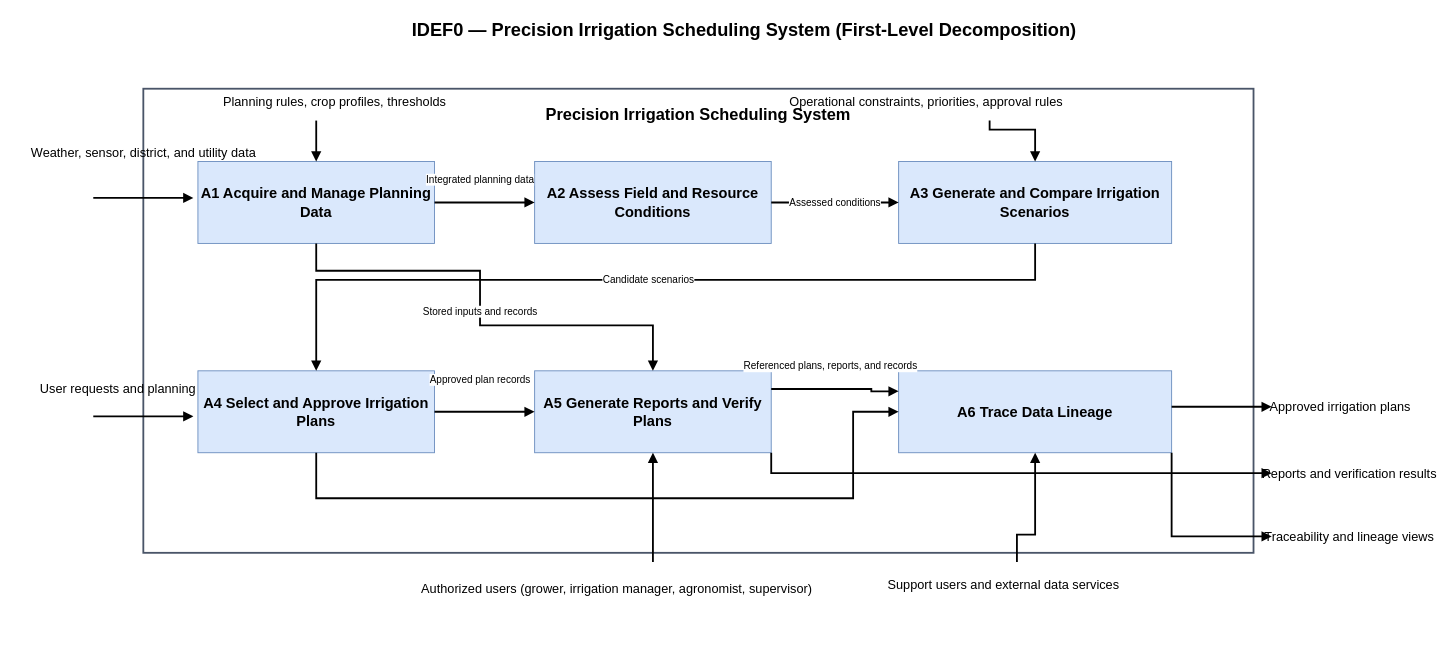
This is systems-engineering/project/diagrams/idef0_precision_irrigation_v4.drawio from afontana1/systems-thinking, a draw.io file, before an edit. Source tidied: cells renumbered, new cells numbered last; positions are measured from the earlier drawing's top-left corner, leaving out a move shared by most shapes. Both pictures are drawn from the tidied source at 91%, with x=0, y=0 at pixel (61, 15).
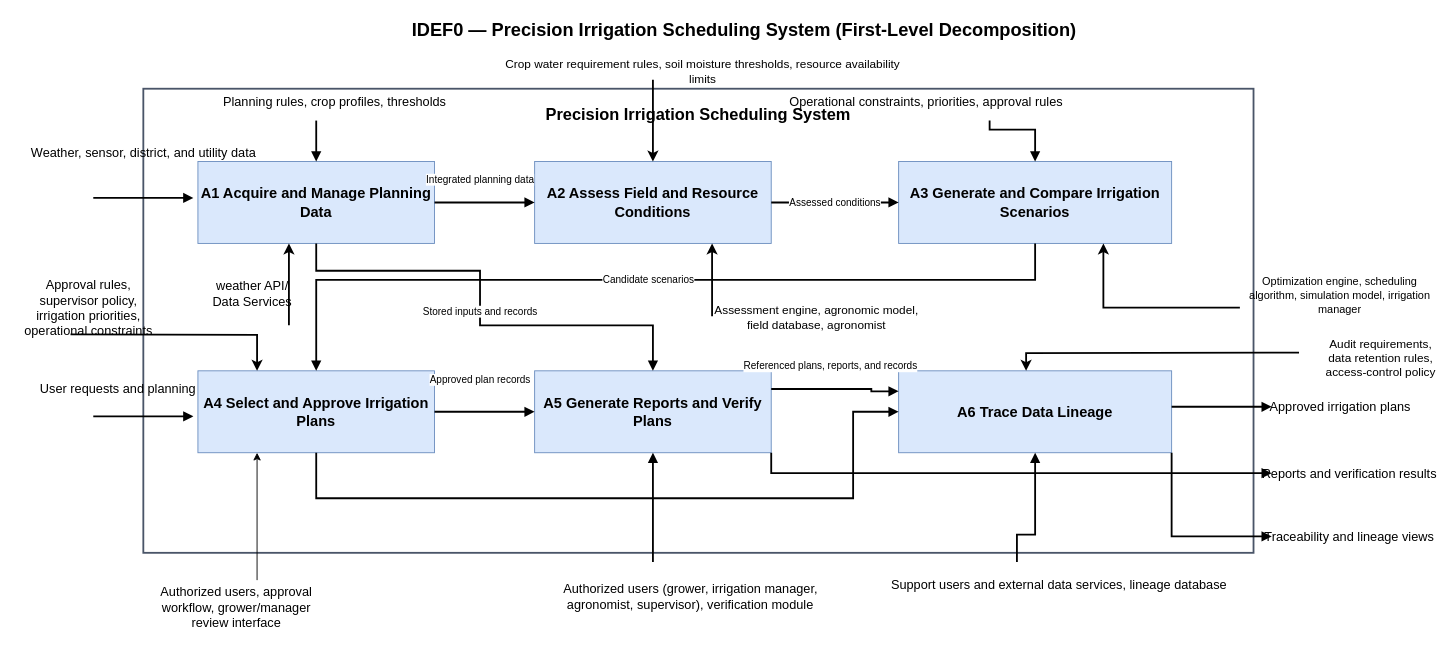
The same page after the edit.

Unchanged cells that the change refers to:
```xml
<mxCell id="14" value="A2 Assess Field and Resource Conditions" style="rounded=0;whiteSpace=wrap;html=1;fillColor=#dae8fc;strokeColor=#6c8ebf;fontSize=16;fontStyle=1;align=center;verticalAlign=middle;" parent="1" vertex="1">
  <mxGeometry x="520" y="160" width="260" height="90" as="geometry" />
</mxCell>
<mxCell id="15" value="A3 Generate and Compare Irrigation Scenarios" style="rounded=0;whiteSpace=wrap;html=1;fillColor=#dae8fc;strokeColor=#6c8ebf;fontSize=16;fontStyle=1;align=center;verticalAlign=middle;" parent="1" vertex="1">
  <mxGeometry x="920" y="160" width="300" height="90" as="geometry" />
</mxCell>
<mxCell id="16" value="A4 Select and Approve Irrigation Plans" style="rounded=0;whiteSpace=wrap;html=1;fillColor=#dae8fc;strokeColor=#6c8ebf;fontSize=16;fontStyle=1;align=center;verticalAlign=middle;" parent="1" vertex="1">
  <mxGeometry x="150" y="390" width="260" height="90" as="geometry" />
</mxCell>
<mxCell id="18" value="A6 Trace Data Lineage" style="rounded=0;whiteSpace=wrap;html=1;fillColor=#dae8fc;strokeColor=#6c8ebf;fontSize=16;fontStyle=1;align=center;verticalAlign=middle;" parent="1" vertex="1">
  <mxGeometry x="920" y="390" width="300" height="90" as="geometry" />
</mxCell>
```

Change to the diagram source:
```diff
@@
-    <mxCell id="8" value="Authorized users (grower, irrigation manager, agronomist, supervisor)" style="text;html=1;strokeColor=none;fillColor=none;align=center;verticalAlign=middle;fontSize=14;" parent="1" vertex="1">
-      <mxGeometry x="460" y="600" width="300" height="60" as="geometry" />
+    <mxCell id="8" value="&lt;div style=&quot;&quot;&gt;&lt;span style=&quot;background-color: transparent; color: light-dark(rgb(0, 0, 0), rgb(255, 255, 255));&quot;&gt;Authorized users (grower, irrigation manager,&lt;/span&gt;&lt;/div&gt;&lt;div style=&quot;&quot;&gt;&lt;span style=&quot;background-color: transparent; color: light-dark(rgb(0, 0, 0), rgb(255, 255, 255));&quot;&gt;&amp;nbsp;agronomist, supervisor), verification module&lt;/span&gt;&lt;/div&gt;" style="text;html=1;strokeColor=none;fillColor=none;align=left;verticalAlign=middle;fontSize=14;" parent="1" vertex="1">
+      <mxGeometry x="550" y="600" width="150" height="75" as="geometry" />
     </mxCell>
-    <mxCell id="9" value="Support users and external data services" style="text;html=1;strokeColor=none;fillColor=none;align=center;verticalAlign=middle;fontSize=14;" parent="1" vertex="1">
+    <mxCell id="9" value="Support users and external data services, lineage database&amp;nbsp;" style="text;html=1;strokeColor=none;fillColor=none;align=left;verticalAlign=middle;fontSize=14;" parent="1" vertex="1">
       <mxGeometry x="910" y="600" width="250" height="50" as="geometry" />
     </mxCell>
@@
-    <mxCell id="34" style="edgeStyle=orthogonalEdgeStyle;rounded=0;orthogonalLoop=1;jettySize=auto;html=1;endArrow=block;endFill=1;strokeWidth=2;labelBackgroundColor=#ffffff;exitX=1;exitY=0.5;entryX=0;entryY=0.5;" parent="1" edge="1">
+    <mxCell id="34" style="edgeStyle=orthogonalEdgeStyle;rounded=0;orthogonalLoop=1;jettySize=auto;html=1;endArrow=block;endFill=1;strokeWidth=2;labelBackgroundColor=#ffffff;entryX=0;entryY=0.5;" parent="1" edge="1">
       <mxGeometry x="-0.09" y="25" relative="1" as="geometry">
         <mxPoint x="35" y="200" as="sourcePoint" />
         <mxPoint x="145" y="200" as="targetPoint" />
         <Array as="points">
           <mxPoint x="35" y="200" />
           <mxPoint x="145" y="200" />
         </Array>
       </mxGeometry>
     </mxCell>
@@
+    <mxCell id="36" style="endArrow=classic;html=1;rounded=0;strokeWidth=2;" parent="1" edge="1">
+      <mxGeometry relative="1" as="geometry">
+        <mxPoint x="250" y="340" as="sourcePoint" />
+        <mxPoint x="250" y="250" as="targetPoint" />
+      </mxGeometry>
+    </mxCell>
+    <mxCell id="37" value="&lt;font style=&quot;font-size: 14px;&quot;&gt;weather API/ Data Services&lt;/font&gt;" style="text;html=1;whiteSpace=wrap;strokeColor=none;fillColor=none;align=center;verticalAlign=middle;rounded=0;" parent="1" vertex="1">
+      <mxGeometry x="160" y="290" width="100" height="30" as="geometry" />
+    </mxCell>
+    <mxCell id="38" style="endArrow=classic;html=1;rounded=0;entryX=0.5;entryY=0;entryDx=0;entryDy=0;strokeWidth=2;" parent="1" edge="1" target="14">
+      <mxGeometry relative="1" as="geometry">
+        <mxPoint x="650" y="70" as="sourcePoint" />
+      </mxGeometry>
+    </mxCell>
+    <mxCell id="39" value="&lt;p&gt;&lt;code&gt;&lt;font style=&quot;font-size: 13px;&quot; face=&quot;Helvetica&quot;&gt;Crop water requirement rules, soil moisture thresholds, resource availability limits&lt;/font&gt;&lt;/code&gt;&lt;/p&gt;&lt;br&gt;&lt;p&gt;&lt;/p&gt;" style="text;html=1;whiteSpace=wrap;strokeColor=none;fillColor=none;align=center;verticalAlign=middle;rounded=0;" parent="1" vertex="1">
+      <mxGeometry x="480" y="60" width="450" height="30" as="geometry" />
+    </mxCell>
+    <mxCell id="40" style="endArrow=classic;html=1;rounded=0;entryX=0.75;entryY=1;entryDx=0;entryDy=0;strokeWidth=2;" parent="1" edge="1" target="14">
+      <mxGeometry relative="1" as="geometry">
+        <mxPoint x="715" y="330" as="sourcePoint" />
+      </mxGeometry>
+    </mxCell>
+    <mxCell id="41" value="&lt;p&gt;&lt;code&gt;&lt;font face=&quot;Helvetica&quot; style=&quot;font-size: 13px;&quot;&gt;Assessment engine, agronomic model, field database, agronomist&lt;/font&gt;&lt;/code&gt;&lt;/p&gt;&lt;br&gt;&lt;p&gt;&lt;/p&gt;" style="text;html=1;whiteSpace=wrap;strokeColor=none;fillColor=none;align=center;verticalAlign=middle;rounded=0;" parent="1" vertex="1">
+      <mxGeometry x="710" y="340" width="240" height="10" as="geometry" />
+    </mxCell>
+    <mxCell id="42" style="endArrow=classic;html=1;rounded=0;entryX=0.75;entryY=1;entryDx=0;entryDy=0;strokeWidth=2;edgeStyle=orthogonalEdgeStyle;" parent="1" edge="1" source="43" target="15">
+      <mxGeometry relative="1" as="geometry" />
+    </mxCell>
+    <mxCell id="43" value="&lt;p&gt;&lt;code&gt;&lt;font face=&quot;Helvetica&quot;&gt;Optimization engine, scheduling algorithm, simulation model, irrigation manager&lt;/font&gt;&lt;/code&gt;&lt;/p&gt;&lt;br&gt;&lt;p&gt;&lt;/p&gt;" style="text;html=1;whiteSpace=wrap;strokeColor=none;fillColor=none;align=center;verticalAlign=middle;rounded=0;" parent="1" vertex="1">
+      <mxGeometry x="1295" y="310.5" width="220" height="20" as="geometry" />
+    </mxCell>
+    <mxCell id="44" style="endArrow=classic;html=1;rounded=0;entryX=0.25;entryY=0;entryDx=0;entryDy=0;edgeStyle=orthogonalEdgeStyle;strokeWidth=2;" parent="1" edge="1" target="16">
+      <mxGeometry relative="1" as="geometry">
+        <mxPoint x="10" y="350" as="sourcePoint" />
+      </mxGeometry>
+    </mxCell>
+    <mxCell id="45" value="&lt;font face=&quot;Helvetica&quot; style=&quot;font-size: 14px;&quot;&gt;Approval rules, supervisor policy, irrigation priorities, operational constraints&lt;/font&gt;" style="text;html=1;whiteSpace=wrap;strokeColor=none;fillColor=none;align=center;verticalAlign=middle;rounded=0;" parent="1" vertex="1">
+      <mxGeometry x="-50" y="291" width="160" height="59" as="geometry" />
+    </mxCell>
+    <mxCell id="46" style="endArrow=classic;html=1;rounded=0;entryX=0.25;entryY=1;entryDx=0;entryDy=0;" parent="1" edge="1" target="16">
+      <mxGeometry relative="1" as="geometry">
+        <mxPoint x="215" y="620" as="sourcePoint" />
+      </mxGeometry>
+    </mxCell>
+    <mxCell id="47" value="&lt;font face=&quot;Helvetica&quot; style=&quot;font-size: 14px;&quot;&gt;Authorized users, approval workflow, grower/manager review interface&lt;/font&gt;" style="text;html=1;whiteSpace=wrap;strokeColor=none;fillColor=none;align=center;verticalAlign=middle;rounded=0;" parent="1" vertex="1">
+      <mxGeometry x="100" y="630" width="185" height="40" as="geometry" />
+    </mxCell>
+    <mxCell id="48" style="endArrow=classic;html=1;rounded=0;entryX=0.467;entryY=0;entryDx=0;entryDy=0;entryPerimeter=0;edgeStyle=orthogonalEdgeStyle;strokeWidth=2;" parent="1" edge="1" target="18">
+      <mxGeometry relative="1" as="geometry">
+        <mxPoint x="1360" y="370" as="sourcePoint" />
+      </mxGeometry>
+    </mxCell>
+    <mxCell id="49" value="&lt;font style=&quot;font-size: 13px;&quot; face=&quot;Helvetica&quot;&gt;Audit requirements, data retention rules, access-control policy&lt;/font&gt;" style="text;html=1;whiteSpace=wrap;strokeColor=none;fillColor=none;align=center;verticalAlign=middle;rounded=0;" parent="1" vertex="1">
+      <mxGeometry x="1385" y="366" width="130" height="19" as="geometry" />
+    </mxCell>
```
